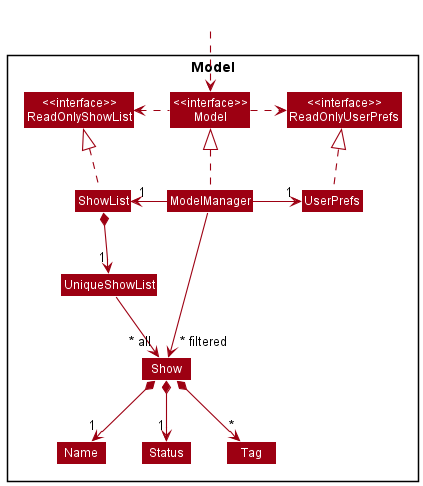
Earlier version of the PlantUML export docs/images/ModelClassDiagram.png (nus-cs2103-AY2122S2/tp).
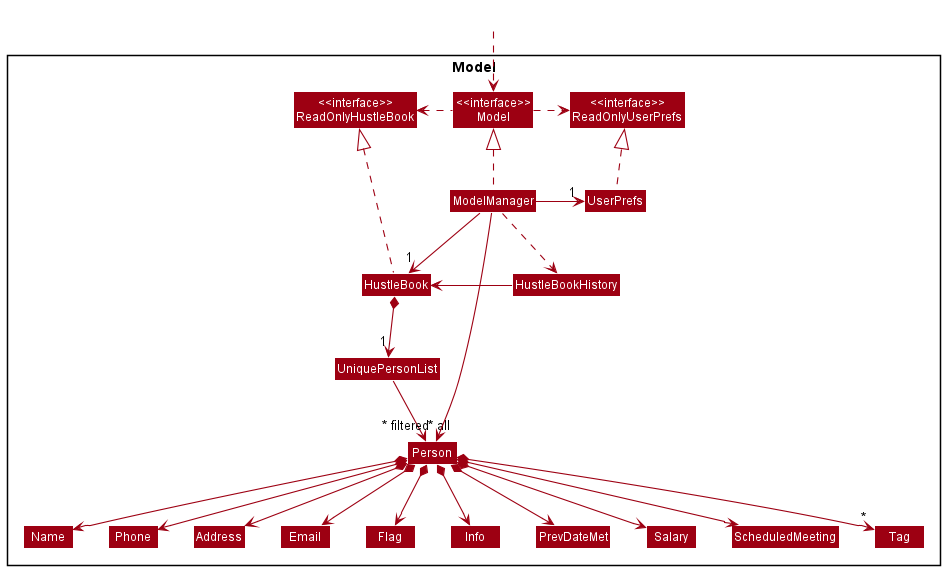
Later version of the same file.

What changed in the source:
```diff
@@ -5,17 +5,25 @@
 skinparam classBackgroundColor MODEL_COLOR
 
 Package Model <<Rectangle>>{
-Class "<<interface>>\nReadOnlyShowList" as ReadOnlyShowList
+Class "<<interface>>\nReadOnlyHustleBook" as ReadOnlyHustleBook
 Class "<<interface>>\nReadOnlyUserPrefs" as ReadOnlyUserPrefs
 Class "<<interface>>\nModel" as Model
-Class ShowList
+Class HustleBook
+Class HustleBookHistory
 Class ModelManager
 Class UserPrefs
 
-Class UniqueShowList
-Class Show
-Class Status
+Class UniquePersonList
+Class Person
+Class Address
+Class Email
+Class Flag
+Class Info
 Class Name
+Class Phone
+Class PrevDateMet
+Class Salary
+Class ScheduledMeeting
 Class Tag
 
 }
@@ -23,23 +31,33 @@
 Class HiddenOutside #FFFFFF
 HiddenOutside ..> Model
 
-ShowList .up.|> ReadOnlyShowList
+HustleBook .up.|> ReadOnlyHustleBook
 
 ModelManager .up.|> Model
 Model .right.> ReadOnlyUserPrefs
-Model .left.> ReadOnlyShowList
-ModelManager -left-> "1" ShowList
+Model .left.> ReadOnlyHustleBook
+ModelManager -left-> "1" HustleBook
 ModelManager -right-> "1" UserPrefs
+ModelManager ..> HustleBookHistory
 UserPrefs .up.|> ReadOnlyUserPrefs
+HustleBookHistory -right-> HustleBook
 
-ShowList *--> "1" UniqueShowList
-UniqueShowList --> "~* all" Show
-Show *--> "1" Name
-Show *--> "1" Status
-Show *--> "*" Tag
+HustleBook *--> "1" UniquePersonList
+UniquePersonList --> "~* all" Person
+Person *--> Name
+Person *--> Phone
+Person *--> Email
+Person *--> Address
+Person *--> "*" Tag
+Person *--> Flag
+Person *--> Info
+Person *--> PrevDateMet
+Person *--> Salary
+Person *--> ScheduledMeeting
 
-Name -[hidden]right-> Status
-Status -[hidden]right->  Tag
+Name -[hidden]right-> Phone
+Phone -[hidden]right-> Address
+Address -[hidden]right-> Email
 
-ModelManager -->"~* filtered" Show
+ModelManager -->"~* filtered" Person
 @enduml
```
